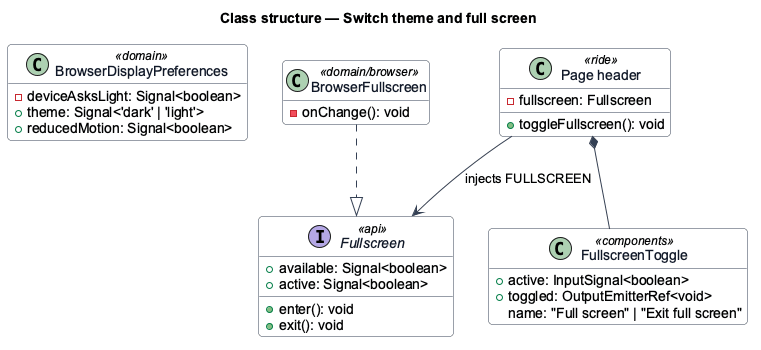
The PlantUML diagram docs/detailed-designs/ui/switch-theme-and-full-screen/diagrams/class-structure.png in QuinntyneBrown/wattzup, before a commit. Its diagram source:
```plantuml
@startuml
skinparam backgroundColor #FFFFFF
skinparam shadowing false
skinparam roundcorner 8
skinparam defaultFontName Arial
skinparam ArrowColor #344054
skinparam class {
  BorderColor #344054
  FontColor #101828
  BackgroundColor #F9FAFB
}
title Class structure — Switch theme and full screen
hide empty members

class BrowserDisplayPreferences <<domain>> {
  -deviceAsksLight: Signal<boolean>
  +theme: Signal<'dark' | 'light'>
  +reducedMotion: Signal<boolean>
}
interface Fullscreen <<api>> {
  +available: Signal<boolean>
  +active: Signal<boolean>
  +enter(): void
  +exit(): void
}
class BrowserFullscreen <<domain/browser>> {
  -onChange(): void
}
class FullscreenToggle <<components>> {
  +active: InputSignal<boolean>
  +toggled: OutputEmitterRef<void>
  name: "Full screen" | "Exit full screen"
}
class "Page header" as Header <<ride>> {
  -fullscreen: Fullscreen
  +toggleFullscreen(): void
}
BrowserFullscreen ..|> Fullscreen
Header --> Fullscreen : injects FULLSCREEN
Header *-- FullscreenToggle
@enduml
```
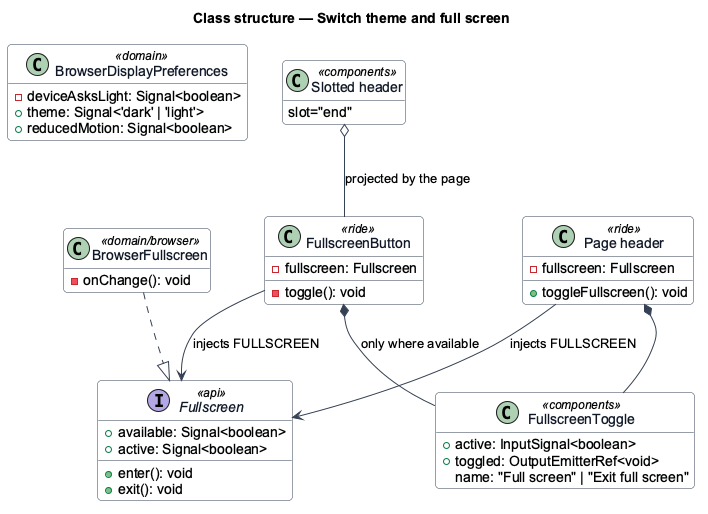
Above is the later version.

What changed in the source:
```diff
@@ -35,7 +35,17 @@
   -fullscreen: Fullscreen
   +toggleFullscreen(): void
 }
+class FullscreenButton <<ride>> {
+  -fullscreen: Fullscreen
+  -toggle(): void
+}
+class "Slotted header" as Slotted <<components>> {
+  slot="end"
+}
 BrowserFullscreen ..|> Fullscreen
 Header --> Fullscreen : injects FULLSCREEN
 Header *-- FullscreenToggle
+FullscreenButton --> Fullscreen : injects FULLSCREEN
+FullscreenButton *-- FullscreenToggle : only where available
+Slotted o-- FullscreenButton : projected by the page
 @enduml
```
